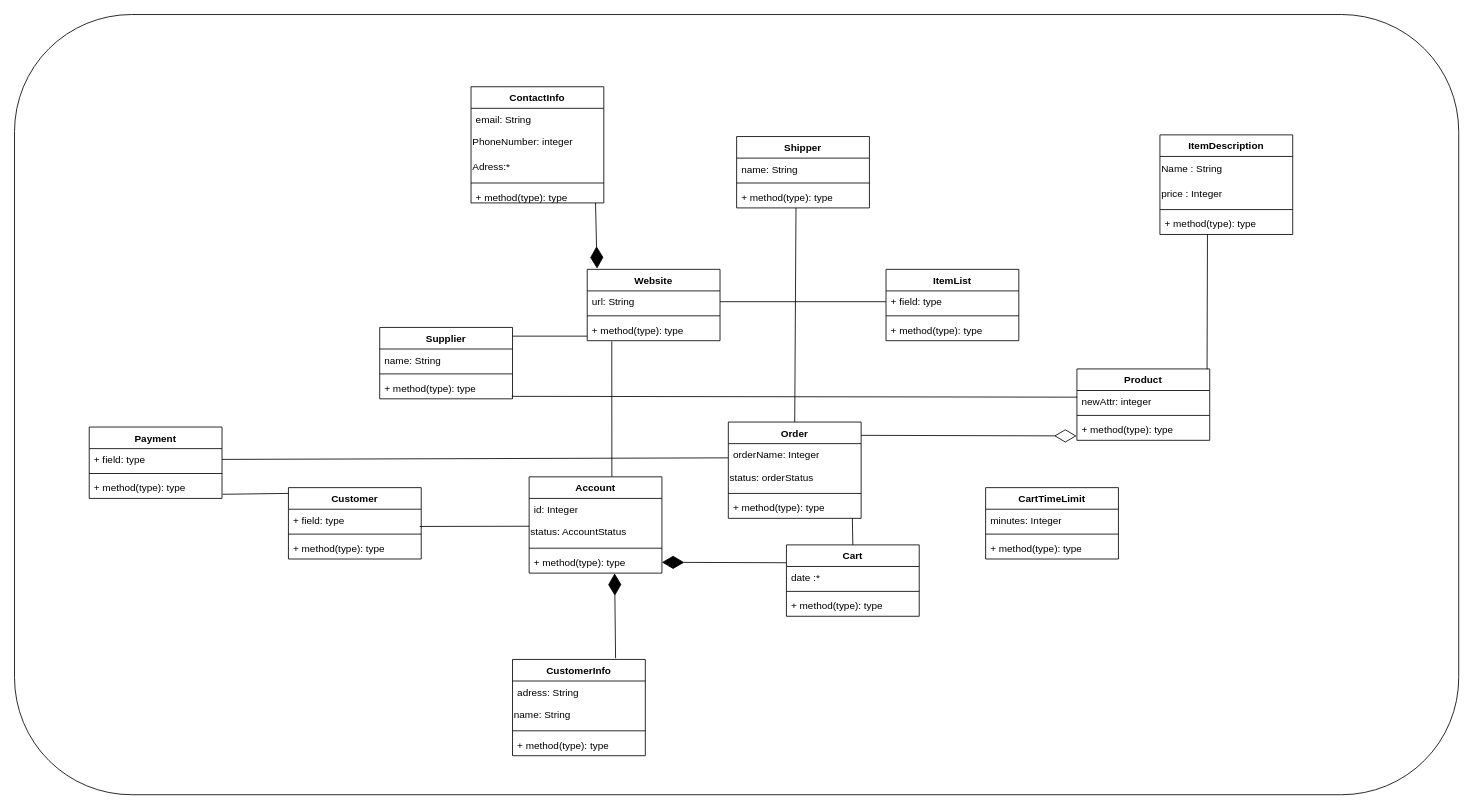
Before: Diagram2.drawio in Arxonus/Programms, a draw.io diagram. Source tidied: cells renumbered, new cells numbered last; positions are measured from the earlier drawing's top-left corner, leaving out a move shared by most shapes. Both pictures are drawn from the tidied source at 83%, with x=0, y=0 at pixel (14, 14).
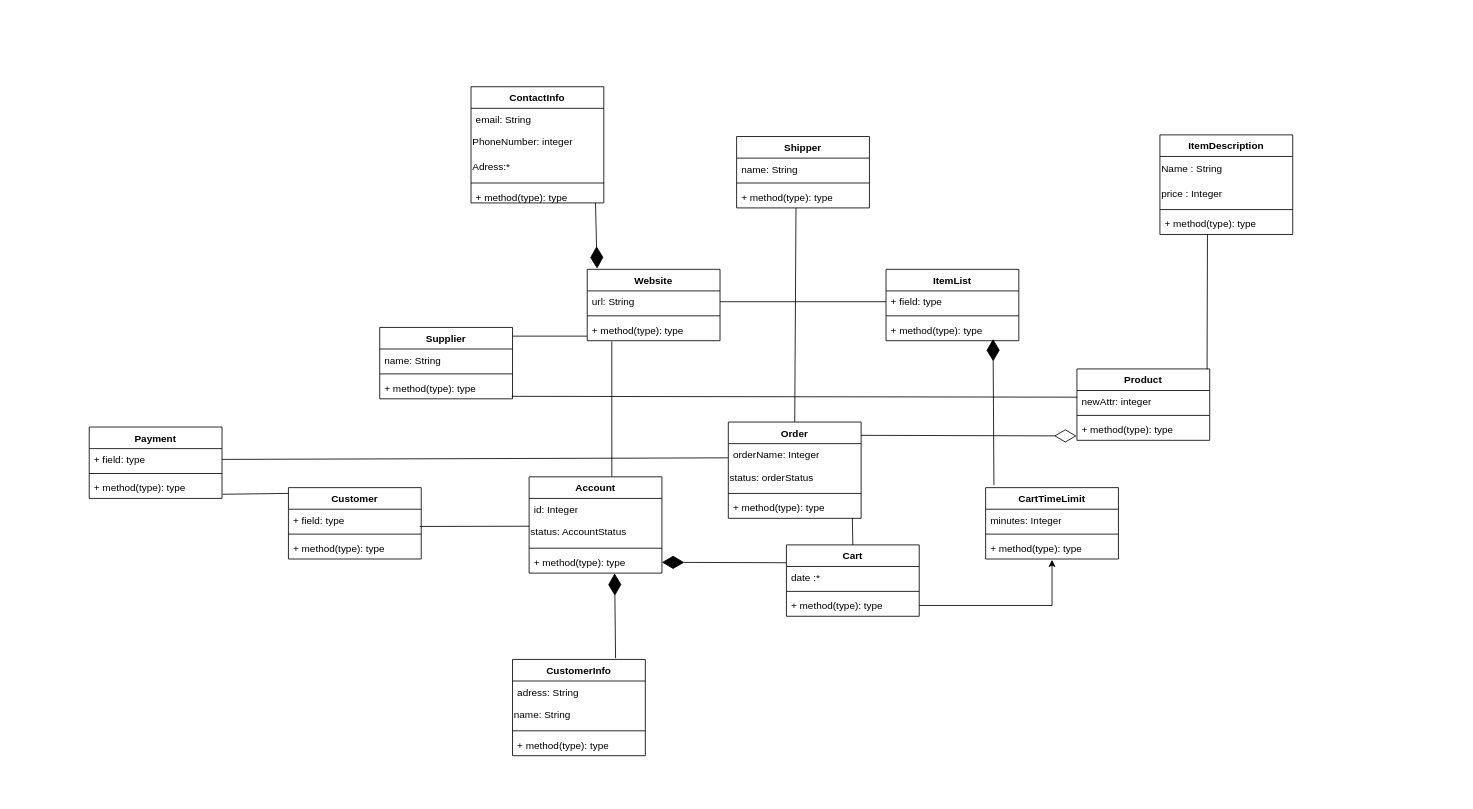
Above is the later version.

The change refers to these unchanged cells:
```xml
<mxCell id="29" value="+ method(type): type" style="text;strokeColor=none;fillColor=none;align=left;verticalAlign=top;spacingLeft=4;spacingRight=4;overflow=hidden;points=[[0,0.5],[1,0.5]];portConstraint=eastwest;whiteSpace=wrap;html=1;" parent="26" vertex="1">
  <mxGeometry y="60" width="160" height="26" as="geometry" />
</mxCell>
<mxCell id="71" value="+ method(type): type" style="text;strokeColor=none;fillColor=none;align=left;verticalAlign=top;spacingLeft=4;spacingRight=4;overflow=hidden;points=[[0,0.5],[1,0.5]];portConstraint=eastwest;whiteSpace=wrap;html=1;" parent="68" vertex="1">
  <mxGeometry y="60" width="160" height="26" as="geometry" />
</mxCell>
<mxCell id="76" value="+ method(type): type" style="text;strokeColor=none;fillColor=none;align=left;verticalAlign=top;spacingLeft=4;spacingRight=4;overflow=hidden;points=[[0,0.5],[1,0.5]];portConstraint=eastwest;whiteSpace=wrap;html=1;" parent="73" vertex="1">
  <mxGeometry y="60" width="160" height="26" as="geometry" />
</mxCell>
```

The edit, as a diff of the source:
```diff
@@
-    <mxCell id="2" style="rounded=1;whiteSpace=wrap;html=1;" parent="1" vertex="1">
-      <mxGeometry width="1740" height="940" as="geometry" />
-    </mxCell>
@@
+    <mxCell id="79" style="edgeStyle=orthogonalEdgeStyle;rounded=0;jettySize=auto;html=1;entryX=0.5;entryY=1.038;entryDx=0;entryDy=0;entryPerimeter=0;" parent="1" edge="1" source="71" target="76">
+      <mxGeometry relative="1" as="geometry" />
+    </mxCell>
+    <mxCell id="80" style="endArrow=diamondThin;endFill=1;endSize=24;html=1;rounded=0;entryX=0.806;entryY=0.923;entryDx=0;entryDy=0;entryPerimeter=0;" parent="1" edge="1" target="29">
+      <mxGeometry relative="1" as="geometry">
+        <mxPoint x="1180" y="567" as="sourcePoint" />
+      </mxGeometry>
+    </mxCell>
```
